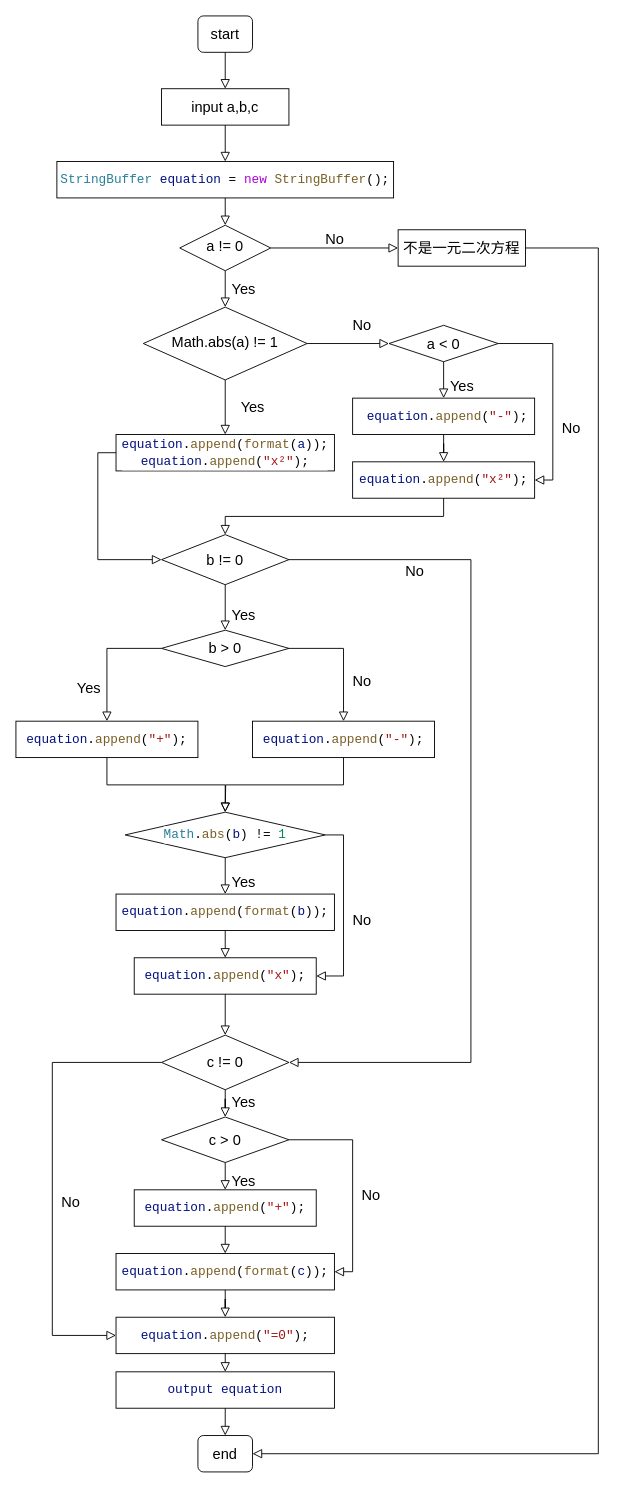
The draw.io diagram UML_practice/Untitled Diagram.drawio in rise0608/images, before the edit. Source tidied: cells renumbered, new cells numbered last; positions are measured from the earlier drawing's top-left corner, leaving out a move shared by most shapes. Both pictures are drawn from the tidied source at 91%, with x=0, y=0 at pixel (15, 15).
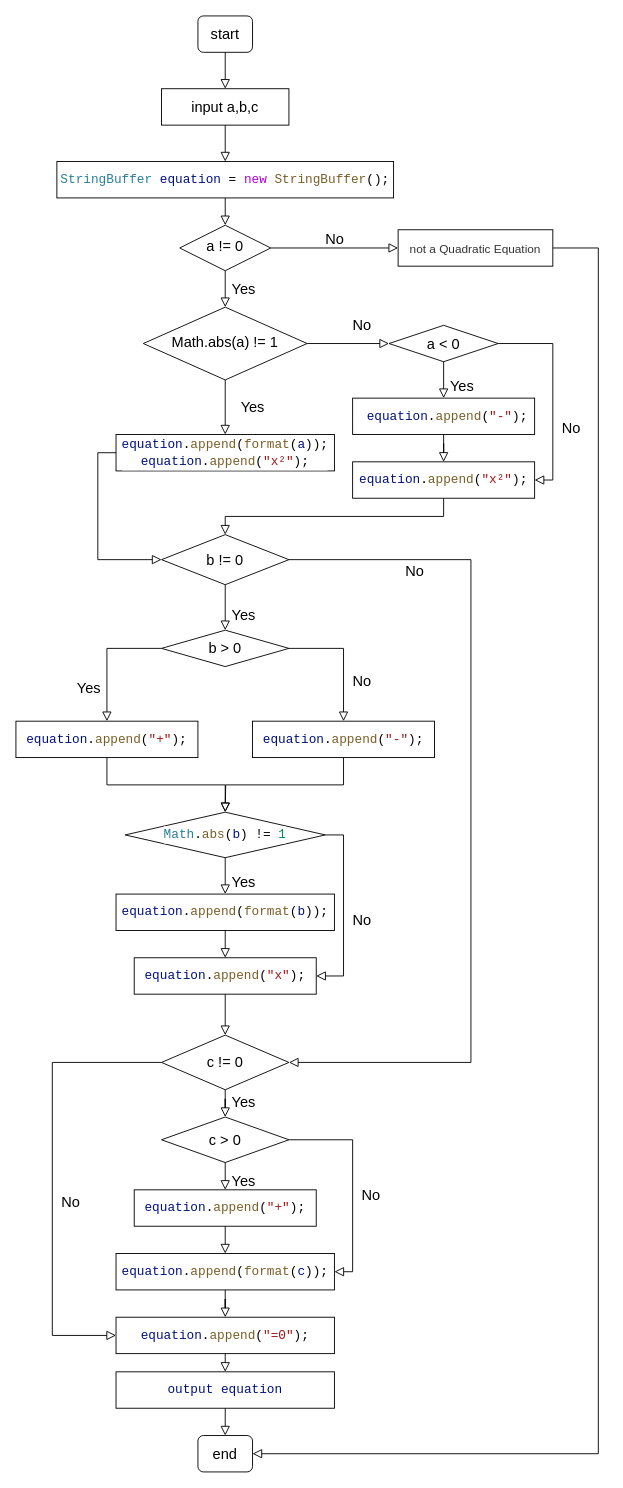
The same page after the edit.

The edit, as a diff of the source:
```diff
@@
-    <mxCell id="6" value="不是一元二次方程" style="rounded=0;whiteSpace=wrap;html=1;fontSize=16;glass=0;strokeWidth=1;shadow=0;" parent="1" vertex="1">
-      <mxGeometry x="420" y="235" width="140" height="40" as="geometry" />
+    <mxCell id="6" value="&lt;span style=&quot;color: rgb(51 , 51 , 51) ; font-family: &amp;#34;arial&amp;#34; , sans-serif ; font-size: 13px ; background-color: rgb(255 , 255 , 255)&quot;&gt;not a Quadratic Equation&lt;/span&gt;" style="rounded=0;whiteSpace=wrap;html=1;fontSize=16;glass=0;strokeWidth=1;shadow=0;" parent="1" vertex="1">
+      <mxGeometry x="420" y="235" width="170" height="40" as="geometry" />
     </mxCell>
```
